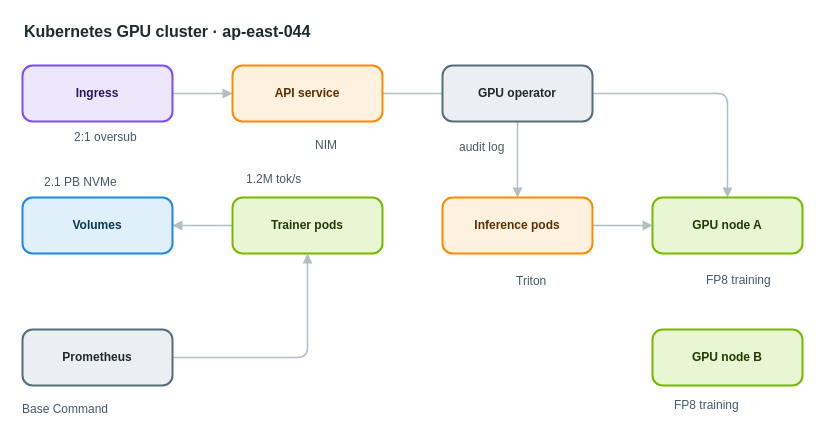
Before: apps/web/public/samples/library/044-kubernetes-gpu-cluster.drawio in AryanG01/open-apprentice, a draw.io diagram. Source tidied: cells renumbered, new cells numbered last; positions are measured from the earlier drawing's top-left corner, leaving out a move shared by most shapes. Both pictures are drawn from the tidied source at 100%, with x=0, y=0 at pixel (22, 17).
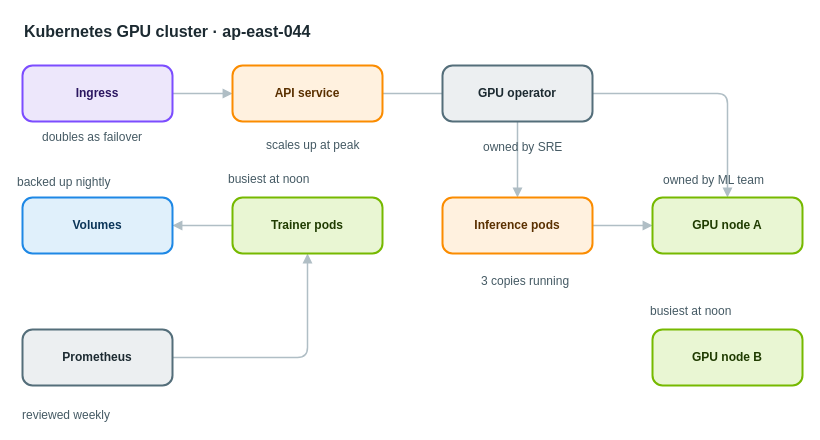
The same diagram, later.

Diff of the diagram source:
```diff
@@
-    <mxCell id="18" value="2:1 oversub" style="text;html=1;align=left;verticalAlign=top;whiteSpace=nowrap;spacing=0;spacingTop=0;strokeColor=none;fillColor=none;fontSize=12;fontColor=#455a64;" parent="1" vertex="1">
-      <mxGeometry x="52" y="108" width="89" height="20" as="geometry" />
+    <mxCell id="18" value="doubles as failover" style="text;html=1;align=left;verticalAlign=top;whiteSpace=nowrap;spacing=0;spacingTop=0;strokeColor=none;fillColor=none;fontSize=12;fontColor=#455a64;" parent="1" vertex="1">
+      <mxGeometry x="20" y="108" width="145" height="20" as="geometry" />
     </mxCell>
-    <mxCell id="19" value="NIM" style="text;html=1;align=left;verticalAlign=top;whiteSpace=nowrap;spacing=0;spacingTop=0;strokeColor=none;fillColor=none;fontSize=12;fontColor=#455a64;" parent="1" vertex="1">
-      <mxGeometry x="293" y="116" width="33" height="20" as="geometry" />
+    <mxCell id="19" value="scales up at peak" style="text;html=1;align=left;verticalAlign=top;whiteSpace=nowrap;spacing=0;spacingTop=0;strokeColor=none;fillColor=none;fontSize=12;fontColor=#455a64;" parent="1" vertex="1">
+      <mxGeometry x="244" y="116" width="131" height="20" as="geometry" />
     </mxCell>
-    <mxCell id="20" value="audit log" style="text;html=1;align=left;verticalAlign=top;whiteSpace=nowrap;spacing=0;spacingTop=0;strokeColor=none;fillColor=none;fontSize=12;fontColor=#455a64;" parent="1" vertex="1">
-      <mxGeometry x="437" y="118" width="75" height="20" as="geometry" />
+    <mxCell id="20" value="owned by SRE" style="text;html=1;align=left;verticalAlign=top;whiteSpace=nowrap;spacing=0;spacingTop=0;strokeColor=none;fillColor=none;fontSize=12;fontColor=#455a64;" parent="1" vertex="1">
+      <mxGeometry x="461" y="118" width="96" height="20" as="geometry" />
     </mxCell>
-    <mxCell id="21" value="1.2M tok/s" style="text;html=1;align=left;verticalAlign=top;whiteSpace=nowrap;spacing=0;spacingTop=0;strokeColor=none;fillColor=none;fontSize=12;fontColor=#455a64;" parent="1" vertex="1">
-      <mxGeometry x="224" y="150" width="82" height="20" as="geometry" />
+    <mxCell id="21" value="busiest at noon" style="text;html=1;align=left;verticalAlign=top;whiteSpace=nowrap;spacing=0;spacingTop=0;strokeColor=none;fillColor=none;fontSize=12;fontColor=#455a64;" parent="1" vertex="1">
+      <mxGeometry x="206" y="150" width="117" height="20" as="geometry" />
     </mxCell>
-    <mxCell id="22" value="Triton" style="text;html=1;align=left;verticalAlign=top;whiteSpace=nowrap;spacing=0;spacingTop=0;strokeColor=none;fillColor=none;fontSize=12;fontColor=#455a64;" parent="1" vertex="1">
-      <mxGeometry x="494" y="252" width="54" height="20" as="geometry" />
+    <mxCell id="22" value="3 copies running" style="text;html=1;align=left;verticalAlign=top;whiteSpace=nowrap;spacing=0;spacingTop=0;strokeColor=none;fillColor=none;fontSize=12;fontColor=#455a64;" parent="1" vertex="1">
+      <mxGeometry x="459" y="252" width="124" height="20" as="geometry" />
     </mxCell>
-    <mxCell id="23" value="FP8 training" style="text;html=1;align=left;verticalAlign=top;whiteSpace=nowrap;spacing=0;spacingTop=0;strokeColor=none;fillColor=none;fontSize=12;fontColor=#455a64;" parent="1" vertex="1">
-      <mxGeometry x="684" y="251" width="96" height="20" as="geometry" />
+    <mxCell id="23" value="owned by ML team" style="text;html=1;align=left;verticalAlign=top;whiteSpace=nowrap;spacing=0;spacingTop=0;strokeColor=none;fillColor=none;fontSize=12;fontColor=#455a64;" parent="1" vertex="1">
+      <mxGeometry x="641" y="151" width="124" height="20" as="geometry" />
     </mxCell>
-    <mxCell id="24" value="FP8 training" style="text;html=1;align=left;verticalAlign=top;whiteSpace=nowrap;spacing=0;spacingTop=0;strokeColor=none;fillColor=none;fontSize=12;fontColor=#455a64;" parent="1" vertex="1">
-      <mxGeometry x="652" y="376" width="96" height="20" as="geometry" />
+    <mxCell id="24" value="busiest at noon" style="text;html=1;align=left;verticalAlign=top;whiteSpace=nowrap;spacing=0;spacingTop=0;strokeColor=none;fillColor=none;fontSize=12;fontColor=#455a64;" parent="1" vertex="1">
+      <mxGeometry x="628" y="282" width="117" height="20" as="geometry" />
     </mxCell>
-    <mxCell id="25" value="2.1 PB NVMe" style="text;html=1;align=left;verticalAlign=top;whiteSpace=nowrap;spacing=0;spacingTop=0;strokeColor=none;fillColor=none;fontSize=12;fontColor=#455a64;" parent="1" vertex="1">
-      <mxGeometry x="22" y="153" width="89" height="20" as="geometry" />
+    <mxCell id="25" value="backed up nightly" style="text;html=1;align=left;verticalAlign=top;whiteSpace=nowrap;spacing=0;spacingTop=0;strokeColor=none;fillColor=none;fontSize=12;fontColor=#455a64;" parent="1" vertex="1">
+      <mxGeometry x="-5" y="153" width="131" height="20" as="geometry" />
     </mxCell>
-    <mxCell id="26" value="Base Command" style="text;html=1;align=left;verticalAlign=top;whiteSpace=nowrap;spacing=0;spacingTop=0;strokeColor=none;fillColor=none;fontSize=12;fontColor=#455a64;" parent="1" vertex="1">
-      <mxGeometry y="380" width="96" height="20" as="geometry" />
+    <mxCell id="26" value="reviewed weekly" style="text;html=1;align=left;verticalAlign=top;whiteSpace=nowrap;spacing=0;spacingTop=0;strokeColor=none;fillColor=none;fontSize=12;fontColor=#455a64;" parent="1" vertex="1">
+      <mxGeometry y="386" width="117" height="20" as="geometry" />
     </mxCell>
```
